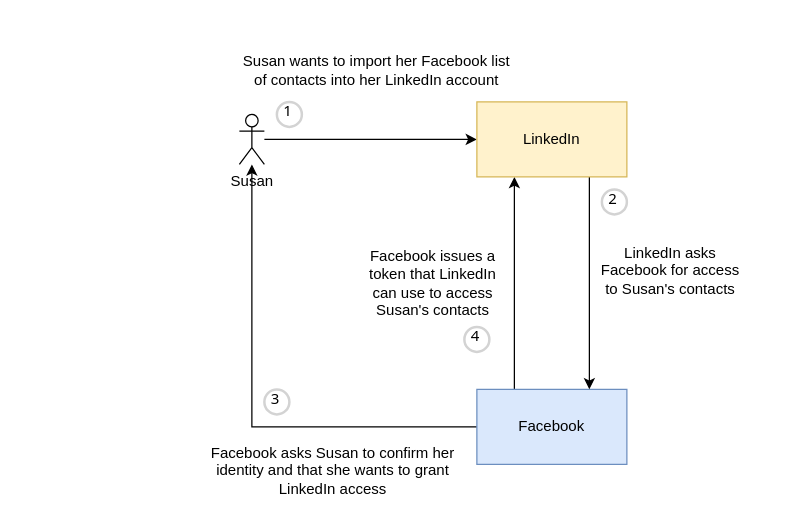
abunuwas/microservices-apis-img keeps this draw.io diagram as page "11.1" (1 of 12) of ch11.drawio. Above is the earlier version. Source tidied: cells renumbered, new cells numbered last; positions are measured from the earlier drawing's top-left corner, leaving out a move shared by most shapes. Both pictures are drawn from the tidied source at 125%, with x=0, y=0 at pixel (189, 39).
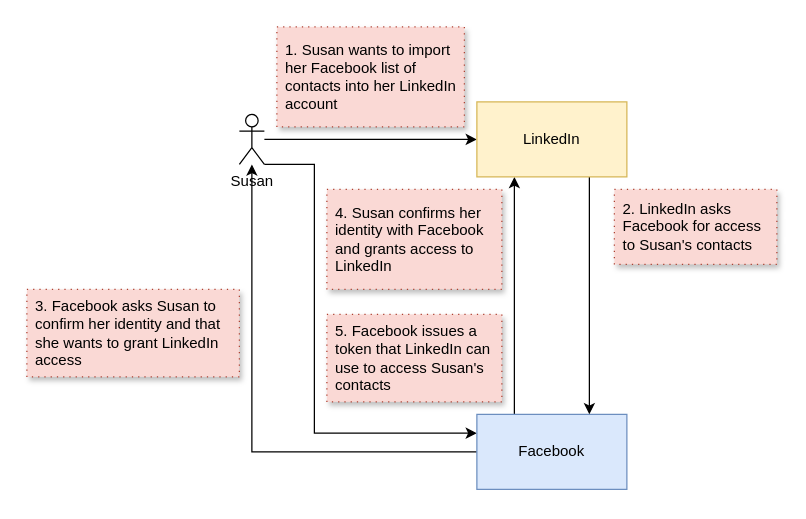
The same diagram, later.

Diff of the diagram source:
```diff
@@
 <mxGraphModel>
   <root>
     <mxCell id="0" />
     <mxCell id="1" parent="0" />
     <mxCell id="2" style="edgeStyle=orthogonalEdgeStyle;rounded=0;jettySize=auto;html=1;" parent="1" edge="1" source="3" target="8">
       <mxGeometry relative="1" as="geometry" />
     </mxCell>
+    <mxCell id="17" style="edgeStyle=orthogonalEdgeStyle;rounded=0;jettySize=auto;html=1;entryX=0;entryY=0.25;entryDx=0;entryDy=0;" parent="1" edge="1" source="3" target="6">
+      <mxGeometry relative="1" as="geometry">
+        <Array as="points">
+          <mxPoint x="100" y="100" />
+          <mxPoint x="100" y="315" />
+        </Array>
+      </mxGeometry>
+    </mxCell>
     <mxCell id="3" value="Susan" style="shape=umlActor;verticalLabelPosition=bottom;verticalAlign=top;html=1;outlineConnect=0;" parent="1" vertex="1">
       <mxGeometry x="40" y="60" width="20" height="40" as="geometry" />
     </mxCell>
     <mxCell id="4" style="edgeStyle=orthogonalEdgeStyle;rounded=0;jettySize=auto;html=1;" parent="1" edge="1" source="6" target="3">
       <mxGeometry relative="1" as="geometry" />
     </mxCell>
     <mxCell id="5" style="edgeStyle=orthogonalEdgeStyle;rounded=0;jettySize=auto;html=1;entryX=0.25;entryY=1;entryDx=0;entryDy=0;exitX=0.25;exitY=0;exitDx=0;exitDy=0;" parent="1" edge="1" source="6" target="8">
       <mxGeometry relative="1" as="geometry" />
     </mxCell>
     <mxCell id="6" value="Facebook" style="rounded=0;whiteSpace=wrap;html=1;fillColor=#dae8fc;strokeColor=#6c8ebf;" parent="1" vertex="1">
-      <mxGeometry x="230" y="280" width="120" height="60" as="geometry" />
+      <mxGeometry x="230" y="300" width="120" height="60" as="geometry" />
     </mxCell>
     <mxCell id="7" style="edgeStyle=orthogonalEdgeStyle;rounded=0;jettySize=auto;html=1;entryX=0.75;entryY=0;entryDx=0;entryDy=0;exitX=0.75;exitY=1;exitDx=0;exitDy=0;" parent="1" edge="1" source="8" target="6">
       <mxGeometry relative="1" as="geometry" />
     </mxCell>
     <mxCell id="8" value="LinkedIn" style="rounded=0;whiteSpace=wrap;html=1;fillColor=#fff2cc;strokeColor=#d6b656;" parent="1" vertex="1">
       <mxGeometry x="230" y="50" width="120" height="60" as="geometry" />
     </mxCell>
-    <mxCell id="9" value="Susan wants to import her Facebook list of contacts into her LinkedIn account" style="text;html=1;strokeColor=none;fillColor=none;align=center;verticalAlign=middle;whiteSpace=wrap;rounded=0;" parent="1" vertex="1">
-      <mxGeometry x="40" width="220" height="50" as="geometry" />
-    </mxCell>
-    <mxCell id="10" value="LinkedIn asks Facebook for access to Susan's contacts" style="text;html=1;strokeColor=none;fillColor=none;align=center;verticalAlign=middle;whiteSpace=wrap;rounded=0;" parent="1" vertex="1">
-      <mxGeometry x="325" y="150" width="120" height="70" as="geometry" />
-    </mxCell>
-    <mxCell id="11" value="Facebook asks Susan to confirm her identity and that she wants to grant LinkedIn access" style="text;html=1;strokeColor=none;fillColor=none;align=center;verticalAlign=middle;whiteSpace=wrap;rounded=0;" parent="1" vertex="1">
-      <mxGeometry y="330" width="230" height="30" as="geometry" />
-    </mxCell>
-    <mxCell id="12" value="Facebook issues a token that LinkedIn can use to access Susan's contacts" style="text;html=1;strokeColor=none;fillColor=none;align=center;verticalAlign=middle;whiteSpace=wrap;rounded=0;" parent="1" vertex="1">
-      <mxGeometry x="140" y="150" width="110" height="90" as="geometry" />
-    </mxCell>
-    <mxCell id="13" value="1" style="ellipse;whiteSpace=wrap;html=1;strokeWidth=2;fontFamily=Tahoma;spacingBottom=4;spacingRight=2;strokeColor=#d3d3d3;" parent="1" vertex="1">
-      <mxGeometry x="70" y="50" width="20" height="20" as="geometry" />
-    </mxCell>
-    <mxCell id="14" value="2" style="ellipse;whiteSpace=wrap;html=1;strokeWidth=2;fontFamily=Tahoma;spacingBottom=4;spacingRight=2;strokeColor=#d3d3d3;" parent="1" vertex="1">
-      <mxGeometry x="330" y="120" width="20" height="20" as="geometry" />
-    </mxCell>
-    <mxCell id="15" value="3" style="ellipse;whiteSpace=wrap;html=1;strokeWidth=2;fontFamily=Tahoma;spacingBottom=4;spacingRight=2;strokeColor=#d3d3d3;" parent="1" vertex="1">
-      <mxGeometry x="60" y="280" width="20" height="20" as="geometry" />
-    </mxCell>
-    <mxCell id="16" value="4" style="ellipse;whiteSpace=wrap;html=1;strokeWidth=2;fontFamily=Tahoma;spacingBottom=4;spacingRight=2;strokeColor=#d3d3d3;" parent="1" vertex="1">
-      <mxGeometry x="220" y="230" width="20" height="20" as="geometry" />
-    </mxCell>
+    <mxCell id="18" value="1. Susan wants to import her Facebook list of contacts into her LinkedIn account" style="text;html=1;strokeColor=#ae4132;fillColor=#fad9d5;align=left;verticalAlign=middle;whiteSpace=wrap;rounded=0;spacingLeft=5;dashed=1;dashPattern=1 4;shadow=1;" parent="1" vertex="1">
+      <mxGeometry x="70" y="-10" width="150" height="80" as="geometry" />
+    </mxCell>
+    <mxCell id="19" value="2. LinkedIn asks Facebook for access to Susan's contacts" style="text;html=1;strokeColor=#ae4132;fillColor=#fad9d5;align=left;verticalAlign=middle;whiteSpace=wrap;rounded=0;spacingLeft=5;dashed=1;dashPattern=1 4;shadow=1;" parent="1" vertex="1">
+      <mxGeometry x="340" y="120" width="130" height="60" as="geometry" />
+    </mxCell>
+    <mxCell id="20" value="3. Facebook asks Susan to confirm her identity and that she wants to grant LinkedIn access" style="text;html=1;strokeColor=#ae4132;fillColor=#fad9d5;align=left;verticalAlign=middle;whiteSpace=wrap;rounded=0;spacingLeft=5;dashed=1;dashPattern=1 4;shadow=1;" parent="1" vertex="1">
+      <mxGeometry x="-130" y="200" width="170" height="70" as="geometry" />
+    </mxCell>
+    <mxCell id="21" value="4. Susan confirms her identity with Facebook and grants access to LinkedIn" style="text;html=1;strokeColor=#ae4132;fillColor=#fad9d5;align=left;verticalAlign=middle;whiteSpace=wrap;rounded=0;spacingLeft=5;dashed=1;dashPattern=1 4;shadow=1;" parent="1" vertex="1">
+      <mxGeometry x="110" y="120" width="140" height="80" as="geometry" />
+    </mxCell>
+    <mxCell id="22" value="5. Facebook issues a token that LinkedIn can use to access Susan's contacts" style="text;html=1;strokeColor=#ae4132;fillColor=#fad9d5;align=left;verticalAlign=middle;whiteSpace=wrap;rounded=0;spacingLeft=5;dashed=1;dashPattern=1 4;shadow=1;" parent="1" vertex="1">
+      <mxGeometry x="110" y="220" width="140" height="70" as="geometry" />
+    </mxCell>
   </root>
 </mxGraphModel>
```
